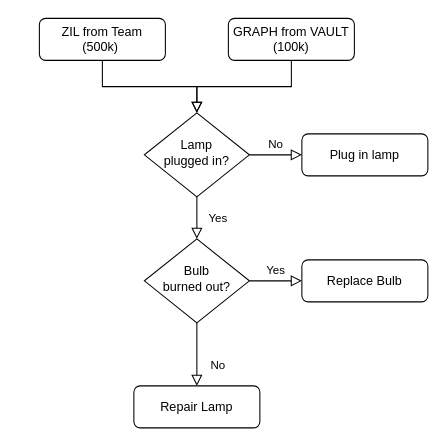
The draw.io diagram carbswapflow.drawio in Carbon-Labs/Diagrams, before the edit. Source tidied: cells renumbered, new cells numbered last; positions are measured from the earlier drawing's top-left corner, leaving out a move shared by most shapes. Both pictures are drawn from the tidied source at 105%, with x=0, y=0 at pixel (39, 18).
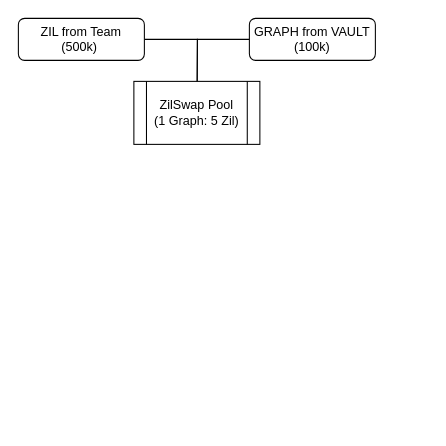
The same page after the edit.

The edit, as a diff of the source:
```diff
@@
 <mxGraphModel>
   <root>
     <mxCell id="0" />
     <mxCell id="1" parent="0" />
-    <mxCell id="2" style="rounded=0;html=1;jettySize=auto;fontSize=11;endArrow=block;endFill=0;endSize=8;strokeWidth=1;shadow=0;labelBackgroundColor=none;edgeStyle=orthogonalEdgeStyle;" parent="1" edge="1" source="3" target="6">
-      <mxGeometry relative="1" as="geometry" />
+    <mxCell id="2" style="rounded=0;html=1;jettySize=auto;fontSize=11;endArrow=block;endFill=0;endSize=8;strokeWidth=1;shadow=0;labelBackgroundColor=none;edgeStyle=orthogonalEdgeStyle;" parent="1" edge="1" source="3">
+      <mxGeometry relative="1" as="geometry">
+        <mxPoint x="150" y="110" as="targetPoint" />
+      </mxGeometry>
     </mxCell>
     <mxCell id="3" value="GRAPH from VAULT&lt;br&gt;(100k)" style="rounded=1;whiteSpace=wrap;html=1;fontSize=12;glass=0;strokeWidth=1;shadow=0;" parent="1" vertex="1">
-      <mxGeometry x="180" width="120" height="40" as="geometry" />
+      <mxGeometry x="200" width="120" height="40" as="geometry" />
     </mxCell>
-    <mxCell id="4" value="Yes" style="rounded=0;html=1;jettySize=auto;fontSize=11;endArrow=block;endFill=0;endSize=8;strokeWidth=1;shadow=0;labelBackgroundColor=none;edgeStyle=orthogonalEdgeStyle;" parent="1" edge="1" source="6" target="10">
-      <mxGeometry y="20" relative="1" as="geometry" />
-    </mxCell>
-    <mxCell id="5" value="No" style="edgeStyle=orthogonalEdgeStyle;rounded=0;html=1;jettySize=auto;fontSize=11;endArrow=block;endFill=0;endSize=8;strokeWidth=1;shadow=0;labelBackgroundColor=none;" parent="1" edge="1" source="6" target="7">
-      <mxGeometry y="10" relative="1" as="geometry" />
-    </mxCell>
-    <mxCell id="6" value="Lamp&lt;br&gt;plugged in?" style="rhombus;whiteSpace=wrap;html=1;shadow=0;fontFamily=Helvetica;fontSize=12;align=center;strokeWidth=1;spacing=6;spacingTop=-4;" parent="1" vertex="1">
-      <mxGeometry x="100" y="90" width="100" height="80" as="geometry" />
-    </mxCell>
-    <mxCell id="7" value="Plug in lamp" style="rounded=1;whiteSpace=wrap;html=1;fontSize=12;glass=0;strokeWidth=1;shadow=0;" parent="1" vertex="1">
-      <mxGeometry x="250" y="110" width="120" height="40" as="geometry" />
-    </mxCell>
-    <mxCell id="8" value="No" style="rounded=0;html=1;jettySize=auto;fontSize=11;endArrow=block;endFill=0;endSize=8;strokeWidth=1;shadow=0;labelBackgroundColor=none;edgeStyle=orthogonalEdgeStyle;" parent="1" edge="1" source="10" target="11">
-      <mxGeometry x="0.33" y="20" relative="1" as="geometry" />
-    </mxCell>
-    <mxCell id="9" value="Yes" style="edgeStyle=orthogonalEdgeStyle;rounded=0;html=1;jettySize=auto;fontSize=11;endArrow=block;endFill=0;endSize=8;strokeWidth=1;shadow=0;labelBackgroundColor=none;" parent="1" edge="1" source="10" target="12">
-      <mxGeometry y="10" relative="1" as="geometry" />
-    </mxCell>
-    <mxCell id="10" value="Bulb&lt;br&gt;burned out?" style="rhombus;whiteSpace=wrap;html=1;shadow=0;fontFamily=Helvetica;fontSize=12;align=center;strokeWidth=1;spacing=6;spacingTop=-4;" parent="1" vertex="1">
-      <mxGeometry x="100" y="210" width="100" height="80" as="geometry" />
-    </mxCell>
-    <mxCell id="11" value="Repair Lamp" style="rounded=1;whiteSpace=wrap;html=1;fontSize=12;glass=0;strokeWidth=1;shadow=0;" parent="1" vertex="1">
-      <mxGeometry x="90" y="350" width="120" height="40" as="geometry" />
-    </mxCell>
-    <mxCell id="12" value="Replace Bulb" style="rounded=1;whiteSpace=wrap;html=1;fontSize=12;glass=0;strokeWidth=1;shadow=0;" parent="1" vertex="1">
-      <mxGeometry x="250" y="230" width="120" height="40" as="geometry" />
-    </mxCell>
-    <mxCell id="13" style="edgeStyle=orthogonalEdgeStyle;rounded=0;jettySize=auto;html=1;exitX=0.5;exitY=1;exitDx=0;exitDy=0;endArrow=block;endFill=0;endSize=8;entryX=0.5;entryY=0;entryDx=0;entryDy=0;" parent="1" edge="1" source="14" target="6">
-      <mxGeometry relative="1" as="geometry" />
+    <mxCell id="13" style="edgeStyle=orthogonalEdgeStyle;rounded=0;jettySize=auto;html=1;exitX=1;exitY=0.5;exitDx=0;exitDy=0;endArrow=block;endFill=0;endSize=8;entryX=0.5;entryY=0;entryDx=0;entryDy=0;" parent="1" edge="1" source="14">
+      <mxGeometry relative="1" as="geometry">
+        <mxPoint x="150" y="110" as="targetPoint" />
+      </mxGeometry>
     </mxCell>
     <mxCell id="14" value="ZIL from Team&lt;br&gt;(500k)&amp;nbsp;" style="rounded=1;whiteSpace=wrap;html=1;fontSize=12;glass=0;strokeWidth=1;shadow=0;" parent="1" vertex="1">
-      <mxGeometry width="120" height="40" as="geometry" />
+      <mxGeometry x="-20" width="120" height="40" as="geometry" />
     </mxCell>
+    <mxCell id="15" value="ZilSwap Pool&lt;br&gt;(1 Graph: 5 Zil)" style="shape=process;whiteSpace=wrap;html=1;backgroundOutline=1;" parent="1" vertex="1">
+      <mxGeometry x="90" y="60" width="120" height="60" as="geometry" />
+    </mxCell>
   </root>
 </mxGraphModel>
```
